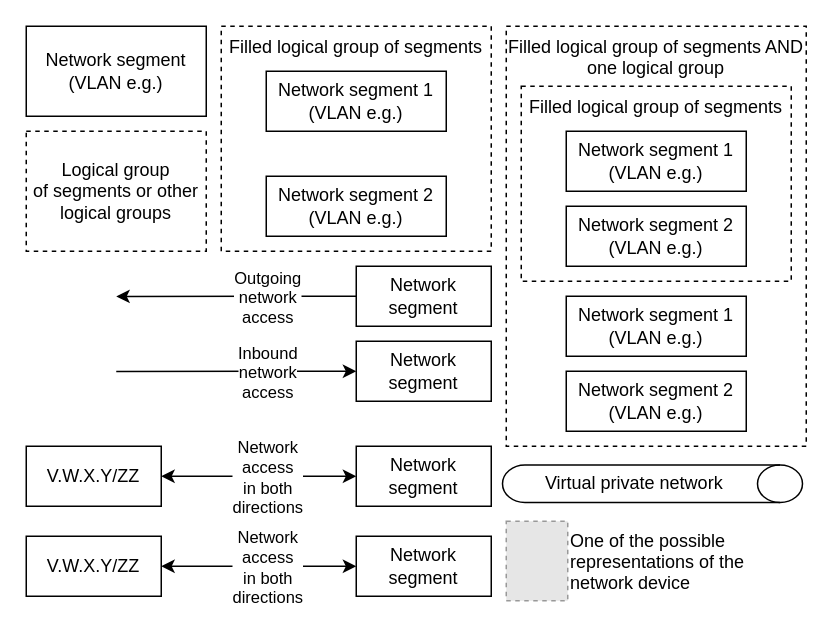
Before: Schematic symbols/Schematic symbols.drawio in sergiomarotco/Network-segmentation-cheat-sheet, a draw.io diagram. Source tidied: cells renumbered, new cells numbered last; positions are measured from the earlier drawing's top-left corner, leaving out a move shared by most shapes. Both pictures are drawn from the tidied source at 150%, with x=0, y=0 at pixel (26, 26). Pictures stored in the file or linked from it are replaced by grey dashed boxes.
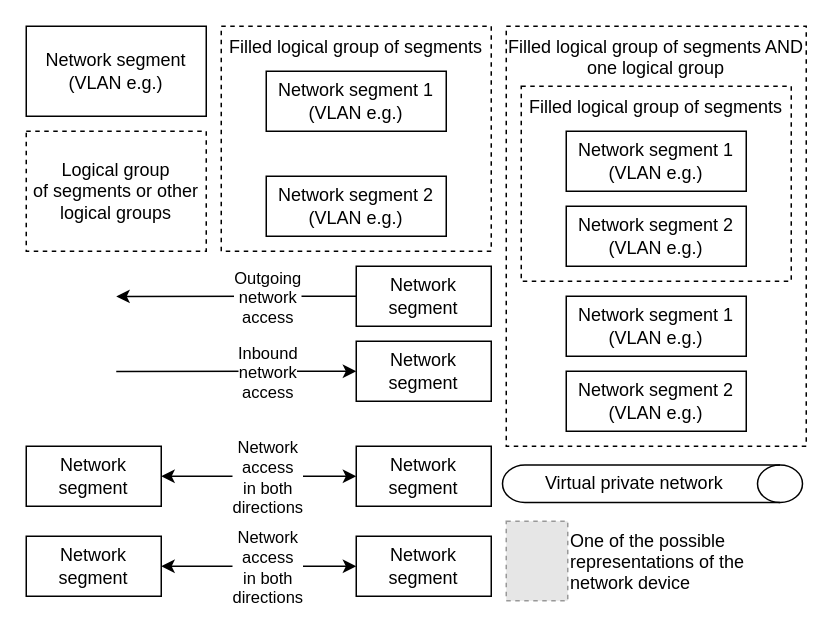
After the change.

What changed in the source:
```diff
@@
-    <mxCell id="22" value="V.W.X.Y/ZZ" style="whiteSpace=wrap;html=1;labelBackgroundColor=#FFFFFF;sketch=0;align=center;verticalAlign=middle;" parent="1" vertex="1">
+    <mxCell id="22" value="Network segment" style="whiteSpace=wrap;html=1;labelBackgroundColor=#FFFFFF;sketch=0;align=center;verticalAlign=middle;" parent="1" vertex="1">
       <mxGeometry y="280" width="90" height="40" as="geometry" />
     </mxCell>
@@
-    <mxCell id="26" value="V.W.X.Y/ZZ" style="whiteSpace=wrap;html=1;labelBackgroundColor=#FFFFFF;sketch=0;align=center;verticalAlign=middle;" parent="1" vertex="1">
+    <mxCell id="26" value="Network segment" style="whiteSpace=wrap;html=1;labelBackgroundColor=#FFFFFF;sketch=0;align=center;verticalAlign=middle;" parent="1" vertex="1">
       <mxGeometry y="340" width="90" height="40" as="geometry" />
     </mxCell>
```
